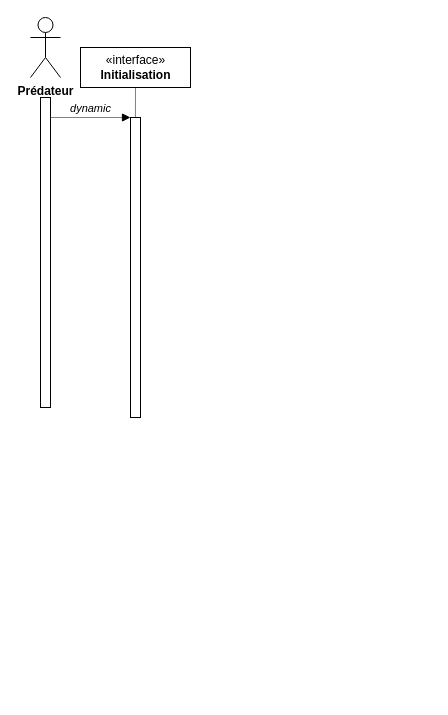
pierre-manchon/MAS_Vultures_population_modelisation keeps this draw.io diagram as page "Diagramme de séquence" (3 of 3) of class_diagram.drawio. Above is the earlier version. Source tidied: cells renumbered, new cells numbered last; positions are measured from the earlier drawing's top-left corner, leaving out a move shared by most shapes. Both pictures are drawn from the tidied source at 100%, with x=0, y=0 at pixel (30, 17).
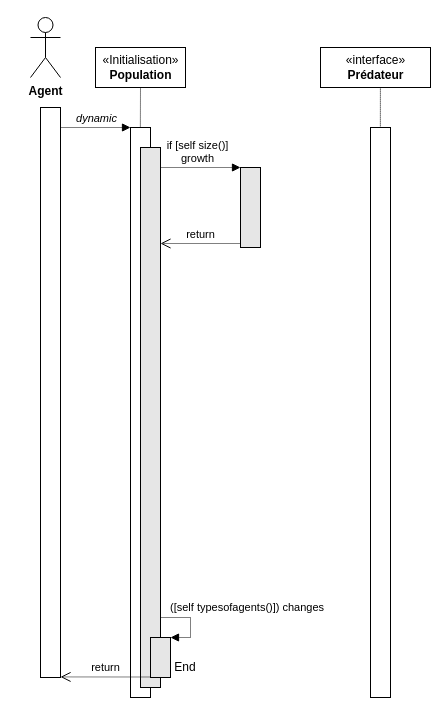
The same diagram, later.

What changed in the source:
```diff
@@
     <mxCell id="2" style="html=1;points=[];perimeter=orthogonalPerimeter;" parent="1" vertex="1">
-      <mxGeometry x="10" y="80" width="10" height="310" as="geometry" />
+      <mxGeometry x="10" y="90" width="20" height="570" as="geometry" />
     </mxCell>
-    <mxCell id="3" value="&lt;b&gt;Prédateur&lt;/b&gt;" style="shape=umlActor;verticalLabelPosition=bottom;verticalAlign=top;html=1;" parent="1" vertex="1">
+    <mxCell id="3" value="&lt;b&gt;Agent&lt;/b&gt;" style="shape=umlActor;verticalLabelPosition=bottom;verticalAlign=top;html=1;" parent="1" vertex="1">
       <mxGeometry width="30" height="60" as="geometry" />
     </mxCell>
     <mxCell id="4" style="html=1;points=[];perimeter=orthogonalPerimeter;" parent="1" vertex="1">
-      <mxGeometry x="100" y="100" width="10" height="300" as="geometry" />
+      <mxGeometry x="100" y="110" width="20" height="570" as="geometry" />
     </mxCell>
@@
-    <mxCell id="6" value="«interface»&lt;br&gt;&lt;b&gt;Initialisation&lt;/b&gt;" style="html=1;" parent="1" vertex="1">
-      <mxGeometry x="50" y="30" width="110" height="40" as="geometry" />
+    <mxCell id="6" value="«Initialisation»&lt;br&gt;&lt;b&gt;Population&lt;/b&gt;" style="html=1;" parent="1" vertex="1">
+      <mxGeometry x="65" y="30" width="90" height="40" as="geometry" />
     </mxCell>
     <mxCell id="7" value="&lt;i&gt;dynamic&lt;/i&gt;" style="html=1;verticalAlign=bottom;endArrow=block;dashed=1;dashPattern=1 1;" parent="1" edge="1">
       <mxGeometry relative="1" as="geometry">
-        <mxPoint x="20" y="100" as="sourcePoint" />
-        <mxPoint x="100" y="100" as="targetPoint" />
+        <mxPoint x="31" y="110" as="sourcePoint" />
+        <mxPoint x="100" y="110" as="targetPoint" />
       </mxGeometry>
     </mxCell>
+    <mxCell id="8" style="html=1;perimeter=orthogonalPerimeter;fillColor=#E6E6E6;" parent="1" vertex="1">
+      <mxGeometry x="110" y="130" width="20" height="540" as="geometry" />
+    </mxCell>
+    <mxCell id="9" style="html=1;points=[];perimeter=orthogonalPerimeter;" parent="1" vertex="1">
+      <mxGeometry x="340" y="110" width="20" height="570" as="geometry" />
+    </mxCell>
+    <mxCell id="10" style="edgeStyle=orthogonalEdgeStyle;rounded=0;jettySize=auto;html=1;exitX=0.5;exitY=1;exitDx=0;exitDy=0;entryX=0.493;entryY=-0.001;entryDx=0;entryDy=0;entryPerimeter=0;endArrow=none;endFill=0;dashed=1;dashPattern=1 1;" parent="1" edge="1" source="11" target="9">
+      <mxGeometry relative="1" as="geometry" />
+    </mxCell>
+    <mxCell id="11" value="«interface»&lt;br&gt;&lt;b&gt;Prédateur&lt;/b&gt;" style="html=1;" parent="1" vertex="1">
+      <mxGeometry x="290" y="30" width="110" height="40" as="geometry" />
+    </mxCell>
+    <mxCell id="12" style="html=1;points=[];perimeter=orthogonalPerimeter;fillColor=#E6E6E6;" parent="1" vertex="1">
+      <mxGeometry x="120" y="620" width="20" height="40" as="geometry" />
+    </mxCell>
+    <mxCell id="13" value="([self typesofagents()]) changes" style="edgeStyle=orthogonalEdgeStyle;html=1;align=left;spacingLeft=2;endArrow=block;rounded=0;entryX=1;entryY=0;dashed=1;dashPattern=1 1;" parent="1" edge="1" target="12">
+      <mxGeometry x="-0.82" y="10" relative="1" as="geometry">
+        <mxPoint x="130" y="600" as="sourcePoint" />
+        <Array as="points">
+          <mxPoint x="160" y="600" />
+          <mxPoint x="160" y="620" />
+        </Array>
+      </mxGeometry>
+    </mxCell>
+    <mxCell id="14" style="html=1;points=[];perimeter=orthogonalPerimeter;fillColor=#E6E6E6;" parent="1" vertex="1">
+      <mxGeometry x="210" y="150" width="20" height="80" as="geometry" />
+    </mxCell>
+    <mxCell id="15" value="if [self size()]&lt;br&gt;growth" style="html=1;verticalAlign=bottom;endArrow=block;entryX=0;entryY=0;dashed=1;dashPattern=1 1;" parent="1" edge="1" target="14">
+      <mxGeometry x="-0.08" relative="1" as="geometry">
+        <mxPoint x="130" y="150" as="sourcePoint" />
+        <Array as="points">
+          <mxPoint x="160" y="150" />
+        </Array>
+      </mxGeometry>
+    </mxCell>
+    <mxCell id="16" value="return" style="html=1;verticalAlign=bottom;endArrow=open;dashed=1;endSize=8;exitX=0;exitY=0.95;dashPattern=1 1;" parent="1" edge="1" source="14">
+      <mxGeometry relative="1" as="geometry">
+        <mxPoint x="130" y="226" as="targetPoint" />
+      </mxGeometry>
+    </mxCell>
+    <mxCell id="17" value="End" style="text;html=1;strokeColor=none;fillColor=none;align=center;verticalAlign=middle;whiteSpace=wrap;rounded=0;" parent="1" vertex="1">
+      <mxGeometry x="140" y="640" width="30" height="20" as="geometry" />
+    </mxCell>
+    <mxCell id="18" value="return" style="html=1;verticalAlign=bottom;endArrow=open;dashed=1;endSize=8;dashPattern=1 1;entryX=1;entryY=0.999;entryDx=0;entryDy=0;entryPerimeter=0;" parent="1" edge="1" target="2">
+      <mxGeometry relative="1" as="geometry">
+        <mxPoint x="120" y="659.5" as="sourcePoint" />
+      </mxGeometry>
+    </mxCell>
```
